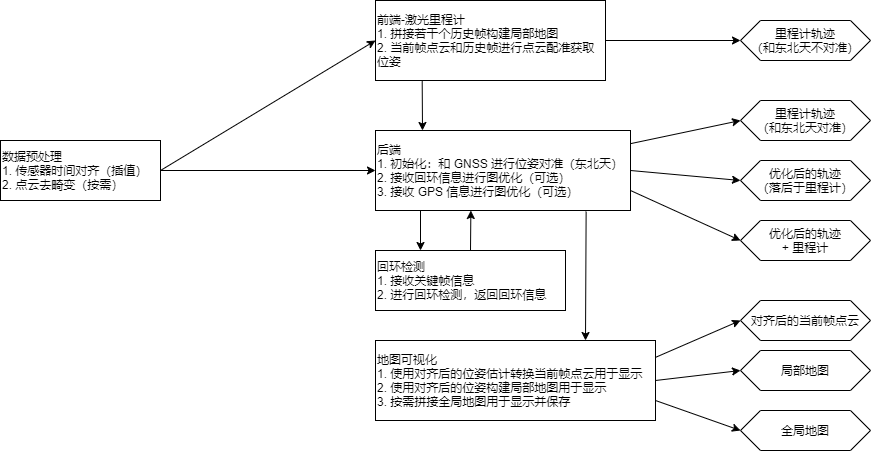
Earlier version of the draw.io export imgs/mapping_framework.drawio.png (XiaotaoGuo/modular_mapping_and_localization_framework). Source tidied: cells renumbered, new cells last; positions are measured from the earlier drawing's top-left corner, leaving out a move shared by most shapes. Source of this version:
```xml
<mxGraphModel>
  <root>
    <mxCell id="0" />
    <mxCell id="1" parent="0" />
    <mxCell id="2" value="数据预处理&lt;br&gt;&lt;span&gt;1.&amp;nbsp;传感器时间对齐（插值）&amp;nbsp;&lt;br&gt;2.&amp;nbsp;点云去畸变（按需）&lt;br&gt;&lt;/span&gt;" style="rounded=0;whiteSpace=wrap;html=1;align=left;" parent="1" vertex="1">
      <mxGeometry y="140" width="160" height="60" as="geometry" />
    </mxCell>
    <mxCell id="3" style="edgeStyle=orthogonalEdgeStyle;rounded=0;jettySize=auto;html=1;" parent="1" edge="1" source="4" target="14">
      <mxGeometry relative="1" as="geometry" />
    </mxCell>
    <mxCell id="4" value="前端-激光里程计&lt;br&gt;1.&amp;nbsp;拼接若干个历史帧构建局部地图&lt;br&gt;2.&amp;nbsp;当前帧点云和历史帧进行点云配准获取位姿" style="rounded=0;whiteSpace=wrap;html=1;align=left;" parent="1" vertex="1">
      <mxGeometry x="375" width="230" height="80" as="geometry" />
    </mxCell>
    <mxCell id="5" value="后端&lt;br&gt;1.&amp;nbsp;初始化：和&amp;nbsp;GNSS&amp;nbsp;进行位姿对准（东北天）&lt;br&gt;2. 接收回环信息进行图优化（可选）&lt;br&gt;3.&amp;nbsp;接收&amp;nbsp;GPS&amp;nbsp;信息进行图优化（可选）" style="rounded=0;whiteSpace=wrap;html=1;align=left;" parent="1" vertex="1">
      <mxGeometry x="375" y="130" width="255" height="80" as="geometry" />
    </mxCell>
    <mxCell id="6" value="地图可视化&lt;br&gt;1.&amp;nbsp;使用对齐后的位姿估计转换当前帧点云用于显示&lt;br&gt;2.&amp;nbsp;使用对齐后的位姿构建局部地图用于显示&lt;br&gt;3.&amp;nbsp;按需拼接全局地图用于显示并保存" style="rounded=0;whiteSpace=wrap;html=1;align=left;" parent="1" vertex="1">
      <mxGeometry x="375" y="340" width="280" height="80" as="geometry" />
    </mxCell>
    <mxCell id="7" value="回环检测&lt;br&gt;1.&amp;nbsp;接收关键帧信息&lt;br&gt;2.&amp;nbsp;进行回环检测，返回回环信息" style="whiteSpace=wrap;html=1;align=left;" parent="1" vertex="1">
      <mxGeometry x="375" y="250" width="190" height="60" as="geometry" />
    </mxCell>
    <mxCell id="8" style="endArrow=classic;html=1;rounded=0;entryX=0;entryY=0.5;entryDx=0;entryDy=0;exitX=1;exitY=0.5;exitDx=0;exitDy=0;" parent="1" edge="1" source="2" target="4">
      <mxGeometry relative="1" as="geometry" />
    </mxCell>
    <mxCell id="9" style="endArrow=classic;html=1;rounded=0;exitX=1;exitY=0.5;exitDx=0;exitDy=0;entryX=0;entryY=0.5;entryDx=0;entryDy=0;" parent="1" edge="1" source="2" target="5">
      <mxGeometry relative="1" as="geometry" />
    </mxCell>
    <mxCell id="10" style="endArrow=classic;html=1;rounded=0;exitX=0.203;exitY=1.008;exitDx=0;exitDy=0;exitPerimeter=0;" parent="1" edge="1" source="4">
      <mxGeometry relative="1" as="geometry">
        <mxPoint x="422" y="130" as="targetPoint" />
      </mxGeometry>
    </mxCell>
    <mxCell id="11" style="endArrow=classic;html=1;rounded=0;" parent="1" edge="1">
      <mxGeometry relative="1" as="geometry">
        <mxPoint x="420" y="210" as="sourcePoint" />
        <mxPoint x="420" y="250" as="targetPoint" />
      </mxGeometry>
    </mxCell>
    <mxCell id="12" style="endArrow=classic;html=1;rounded=0;exitX=0.5;exitY=0;exitDx=0;exitDy=0;entryX=0.374;entryY=1;entryDx=0;entryDy=0;entryPerimeter=0;" parent="1" edge="1" source="7" target="5">
      <mxGeometry relative="1" as="geometry" />
    </mxCell>
    <mxCell id="13" style="endArrow=classic;html=1;rounded=0;entryX=0.75;entryY=0;entryDx=0;entryDy=0;exitX=0.826;exitY=1.013;exitDx=0;exitDy=0;exitPerimeter=0;" parent="1" edge="1" source="5" target="6">
      <mxGeometry relative="1" as="geometry" />
    </mxCell>
    <mxCell id="14" value="里程计轨迹&lt;br&gt;（和东北天不对准）" style="shape=hexagon;perimeter=hexagonPerimeter2;whiteSpace=wrap;html=1;fixedSize=1;rounded=0;align=center;" parent="1" vertex="1">
      <mxGeometry x="740" y="20" width="130" height="40" as="geometry" />
    </mxCell>
    <mxCell id="15" value="里程计轨迹&lt;br&gt;（和东北天对准）" style="shape=hexagon;perimeter=hexagonPerimeter2;whiteSpace=wrap;html=1;fixedSize=1;rounded=0;align=center;" parent="1" vertex="1">
      <mxGeometry x="740" y="100" width="130" height="40" as="geometry" />
    </mxCell>
    <mxCell id="16" value="优化后的轨迹&lt;br&gt;（落后于里程计）" style="shape=hexagon;perimeter=hexagonPerimeter2;whiteSpace=wrap;html=1;fixedSize=1;rounded=0;align=center;" parent="1" vertex="1">
      <mxGeometry x="740" y="160" width="130" height="40" as="geometry" />
    </mxCell>
    <mxCell id="17" value="优化后的轨迹&lt;br&gt;+&amp;nbsp;里程计" style="shape=hexagon;perimeter=hexagonPerimeter2;whiteSpace=wrap;html=1;fixedSize=1;rounded=0;align=center;" parent="1" vertex="1">
      <mxGeometry x="740" y="220" width="130" height="40" as="geometry" />
    </mxCell>
    <mxCell id="18" style="endArrow=classic;html=1;rounded=0;entryX=0;entryY=0.5;entryDx=0;entryDy=0;" parent="1" edge="1" source="5" target="15">
      <mxGeometry relative="1" as="geometry" />
    </mxCell>
    <mxCell id="19" style="endArrow=classic;html=1;rounded=0;entryX=0;entryY=0.5;entryDx=0;entryDy=0;exitX=1;exitY=0.5;exitDx=0;exitDy=0;" parent="1" edge="1" source="5" target="16">
      <mxGeometry relative="1" as="geometry" />
    </mxCell>
    <mxCell id="20" style="endArrow=classic;html=1;rounded=0;entryX=0;entryY=0.5;entryDx=0;entryDy=0;exitX=1;exitY=0.75;exitDx=0;exitDy=0;" parent="1" edge="1" source="5" target="17">
      <mxGeometry relative="1" as="geometry" />
    </mxCell>
    <mxCell id="21" value="局部地图" style="shape=hexagon;perimeter=hexagonPerimeter2;whiteSpace=wrap;html=1;fixedSize=1;rounded=0;align=center;" parent="1" vertex="1">
      <mxGeometry x="740" y="350" width="130" height="40" as="geometry" />
    </mxCell>
    <mxCell id="22" value="全局地图" style="shape=hexagon;perimeter=hexagonPerimeter2;whiteSpace=wrap;html=1;fixedSize=1;rounded=0;align=center;" parent="1" vertex="1">
      <mxGeometry x="740" y="410" width="130" height="40" as="geometry" />
    </mxCell>
    <mxCell id="23" value="对齐后的当前帧点云" style="shape=hexagon;perimeter=hexagonPerimeter2;whiteSpace=wrap;html=1;fixedSize=1;rounded=0;align=center;" parent="1" vertex="1">
      <mxGeometry x="740" y="300" width="130" height="40" as="geometry" />
    </mxCell>
    <mxCell id="24" style="endArrow=classic;html=1;rounded=0;entryX=0;entryY=0.5;entryDx=0;entryDy=0;exitX=1;exitY=0.211;exitDx=0;exitDy=0;exitPerimeter=0;" parent="1" edge="1" source="6" target="23">
      <mxGeometry relative="1" as="geometry" />
    </mxCell>
    <mxCell id="25" style="endArrow=classic;html=1;rounded=0;entryX=0;entryY=0.5;entryDx=0;entryDy=0;exitX=1;exitY=0.5;exitDx=0;exitDy=0;" parent="1" edge="1" source="6" target="21">
      <mxGeometry relative="1" as="geometry" />
    </mxCell>
    <mxCell id="26" style="endArrow=classic;html=1;rounded=0;entryX=0;entryY=0.5;entryDx=0;entryDy=0;exitX=1;exitY=0.75;exitDx=0;exitDy=0;" parent="1" edge="1" source="6" target="22">
      <mxGeometry relative="1" as="geometry" />
    </mxCell>
  </root>
</mxGraphModel>
```
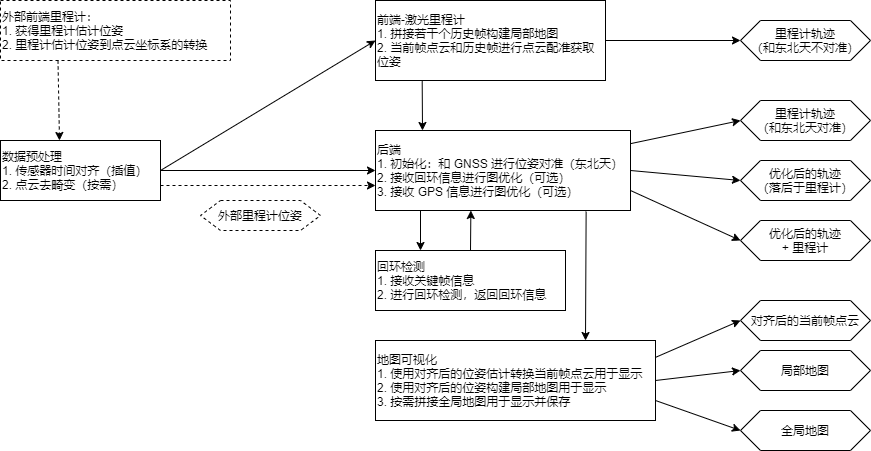
Later version of the same file.

Diff of the diagram source:
```diff
@@ -82,5 +82,21 @@
     <mxCell id="26" style="endArrow=classic;html=1;rounded=0;entryX=0;entryY=0.5;entryDx=0;entryDy=0;exitX=1;exitY=0.75;exitDx=0;exitDy=0;" parent="1" edge="1" source="6" target="22">
       <mxGeometry relative="1" as="geometry" />
     </mxCell>
+    <mxCell id="27" value="&lt;span&gt;外部前端里程计：&lt;br&gt;1.&amp;nbsp;获得里程计估计位姿&lt;br&gt;2.&amp;nbsp;里程计估计位姿到点云坐标系的转换&lt;br&gt;&lt;/span&gt;" style="rounded=0;whiteSpace=wrap;html=1;align=left;dashed=1;" parent="1" vertex="1">
+      <mxGeometry width="230" height="60" as="geometry" />
+    </mxCell>
+    <mxCell id="28" style="endArrow=classic;html=1;exitX=0.25;exitY=1;exitDx=0;exitDy=0;dashed=1;" parent="1" edge="1" source="27">
+      <mxGeometry relative="1" as="geometry">
+        <mxPoint x="59" y="140" as="targetPoint" />
+      </mxGeometry>
+    </mxCell>
+    <mxCell id="29" style="endArrow=classic;html=1;exitX=1;exitY=0.75;exitDx=0;exitDy=0;dashed=1;" parent="1" edge="1" source="2">
+      <mxGeometry relative="1" as="geometry">
+        <mxPoint x="375" y="185" as="targetPoint" />
+      </mxGeometry>
+    </mxCell>
+    <mxCell id="30" value="外部里程计位姿" style="shape=hexagon;perimeter=hexagonPerimeter2;whiteSpace=wrap;html=1;fixedSize=1;dashed=1;" parent="1" vertex="1">
+      <mxGeometry x="200" y="200" width="120" height="30" as="geometry" />
+    </mxCell>
   </root>
 </mxGraphModel>
```
